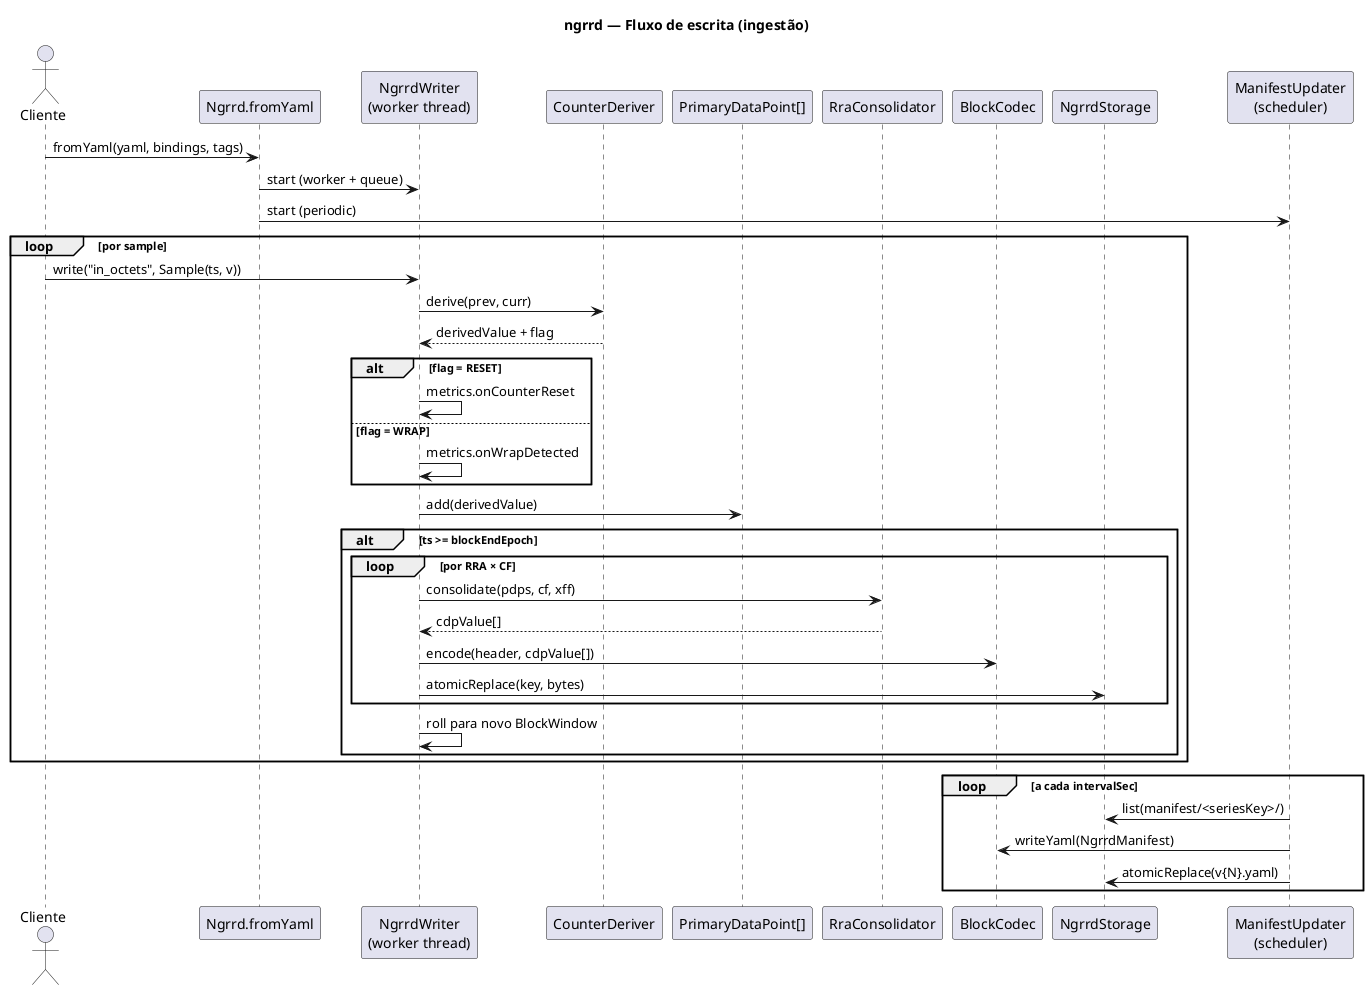
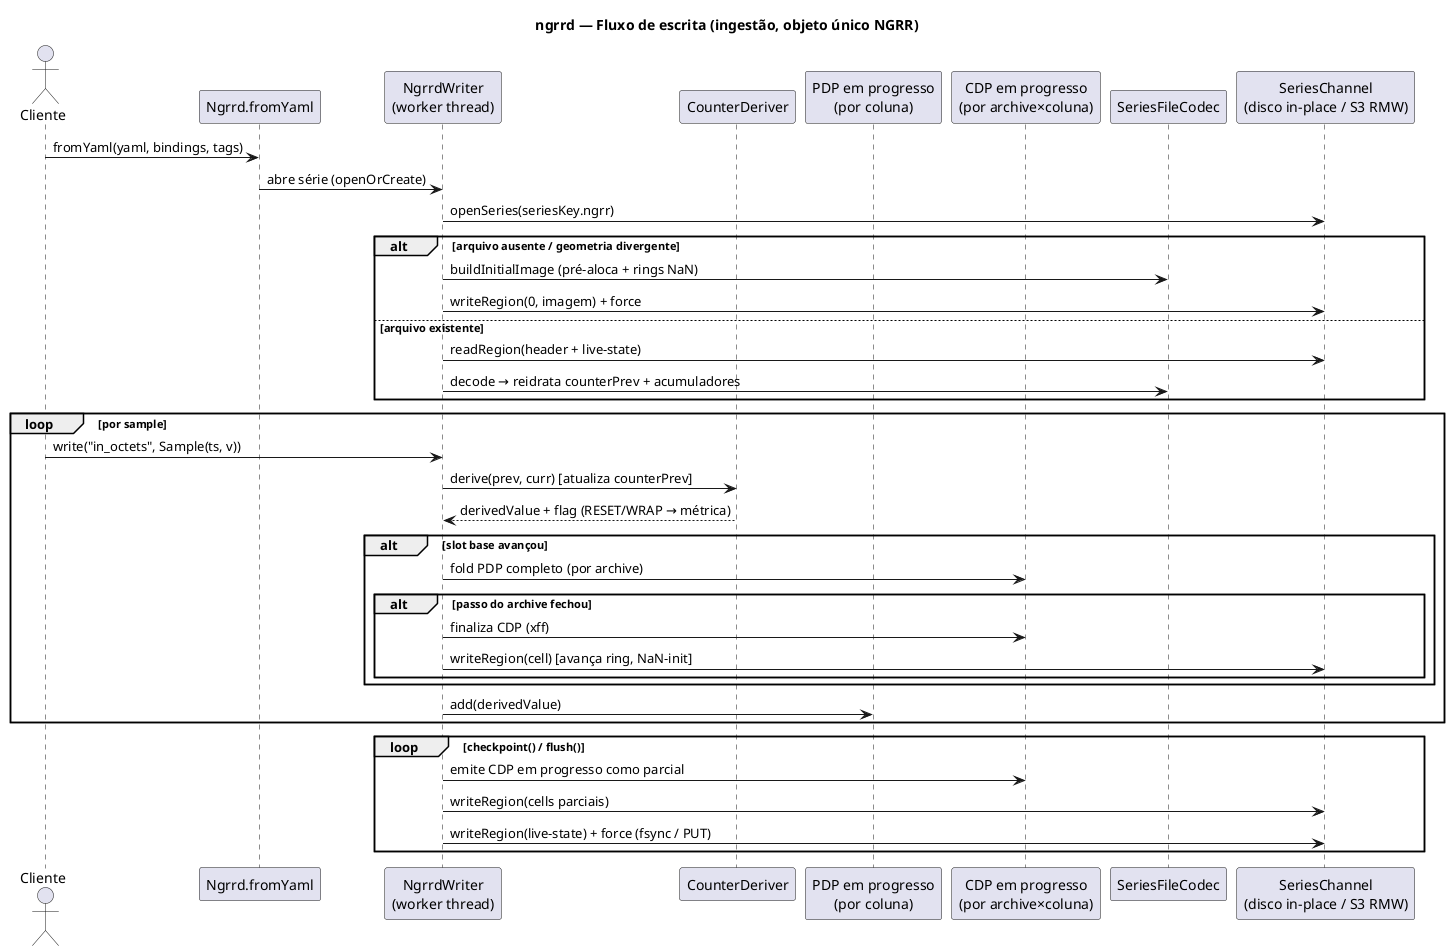
@startuml
- title ngrrd — Fluxo de escrita (ingestão)
+ title ngrrd — Fluxo de escrita (ingestão, objeto único NGRR)

actor Cliente
participant "Ngrrd.fromYaml" as Facade
participant "NgrrdWriter\n(worker thread)" as Writer
participant "CounterDeriver" as Deriv
- participant "PrimaryDataPoint[]" as PDP
- participant "RraConsolidator" as RRA
- participant "BlockCodec" as Codec
- participant "NgrrdStorage" as Storage
- participant "ManifestUpdater\n(scheduler)" as Manifest
+ participant "PDP em progresso\n(por coluna)" as PDP
+ participant "CDP em progresso\n(por archive×coluna)" as CDP
+ participant "SeriesFileCodec" as Codec
+ participant "SeriesChannel\n(disco in-place / S3 RMW)" as Channel

Cliente -> Facade : fromYaml(yaml, bindings, tags)
- Facade -> Writer : start (worker + queue)
- Facade -> Manifest : start (periodic)
+ Facade -> Writer : abre série (openOrCreate)
+ Writer -> Channel : openSeries(seriesKey.ngrr)
+ alt arquivo ausente / geometria divergente
+   Writer -> Codec : buildInitialImage (pré-aloca + rings NaN)
+   Writer -> Channel : writeRegion(0, imagem) + force
+ else arquivo existente
+   Writer -> Channel : readRegion(header + live-state)
+   Writer -> Codec : decode → reidrata counterPrev + acumuladores
+ end
+ 
loop por sample
  Cliente -> Writer : write("in_octets", Sample(ts, v))
-   Writer -> Deriv : derive(prev, curr)
-   Deriv --> Writer : derivedValue + flag
-   alt flag = RESET
-     Writer -> Writer : metrics.onCounterReset
-   else flag = WRAP
-     Writer -> Writer : metrics.onWrapDetected
+   Writer -> Deriv : derive(prev, curr) [atualiza counterPrev]
+   Deriv --> Writer : derivedValue + flag (RESET/WRAP → métrica)
+   alt slot base avançou
+     Writer -> CDP : fold PDP completo (por archive)
+     alt passo do archive fechou
+       Writer -> CDP : finaliza CDP (xff)
+       Writer -> Channel : writeRegion(cell) [avança ring, NaN-init]
+     end
  end
  Writer -> PDP : add(derivedValue)
-   alt ts >= blockEndEpoch
-     loop por RRA × CF
-       Writer -> RRA : consolidate(pdps, cf, xff)
-       RRA --> Writer : cdpValue[]
-       Writer -> Codec : encode(header, cdpValue[])
-       Writer -> Storage : atomicReplace(key, bytes)
-     end
-     Writer -> Writer : roll para novo BlockWindow
-   end
end
- loop a cada intervalSec
-   Manifest -> Storage : list(manifest/<seriesKey>/)
-   Manifest -> Codec : writeYaml(NgrrdManifest)
-   Manifest -> Storage : atomicReplace(v{N}.yaml)
+ 
+ loop checkpoint() / flush()
+   Writer -> CDP : emite CDP em progresso como parcial
+   Writer -> Channel : writeRegion(cells parciais)
+   Writer -> Channel : writeRegion(live-state) + force (fsync / PUT)
end

@enduml
